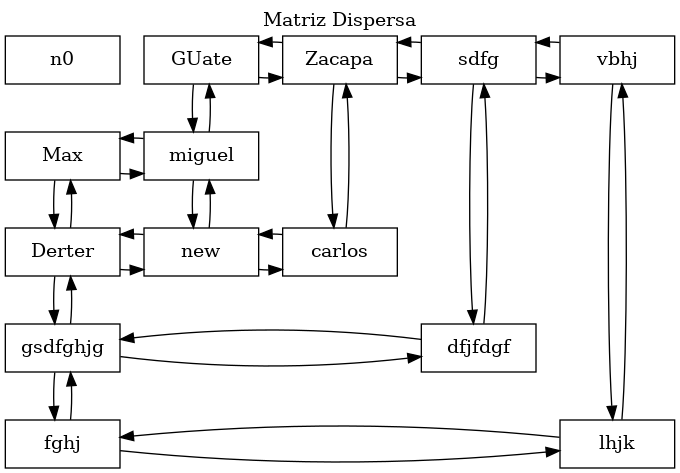
The Graphviz diagram src/Reportes/matriz.png in miguel-tubac/-EDD-Proyecto1_202101927, before a commit. Its source is kept beside it as src/Reportes/matriz.dot.
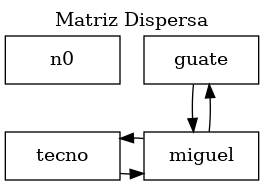
Later version of the same file.

The edit, as a diff of the source:
```diff
@@ -3,45 +3,14 @@
 	labelloc="t";
 	node [shape=box width=1.2 ];
 n0 -> n2 -> n0 [color=transparent];
-	n2 [label="GUate" group=0];
+	n2 [label="guate" group=0];
 	n2 -> n1 -> n2;
 	n1 [label = "miguel" group=0];
-	n1 -> n10 -> n1;
-	n10 [label = "new" group=3];
-	n2 -> n5 -> n2;
-	n5 [label="Zacapa" group=1];
-	n5 -> n4 -> n5;
-	n4 [label = "carlos" group=1];
-	n5 -> n8 -> n5;
-	n8 [label="sdfg" group=2];
-	n8 -> n7 -> n8;
-	n7 [label = "dfjfdgf" group=2];
-	n8 -> n12 -> n8;
-	n12 [label="vbhj" group=3];
-	n12 -> n11 -> n12;
-	n11 [label = "lhjk" group=3];
 	n0 -> n3 -> n0 [color=transparent];
-	n3 [label="Max" group=0];
+	n3 [label="tecno" group=0];
 	n3 -> n1 -> n3;
 	n1 [label="miguel" group=0];
-	n3 -> n6 -> n3;
-	n6 [label="Derter" group=0];
-	n6 -> n10 -> n6;
-	n10 [label="new" group=3];
-	n10 -> n4 -> n10;
-	n4 [label="carlos" group=1];
-	n6 -> n9 -> n6;
-	n9 [label="gsdfghjg" group=0];
-	n9 -> n7 -> n9;
-	n7 [label="dfjfdgf" group=2];
-	n9 -> n13 -> n9;
-	n13 [label="fghj" group=0];
-	n13 -> n11 -> n13;
-	n11 [label="lhjk" group=3];
-	{ rank=same; n0; n2; n5; n8; n12; }
+	{ rank=same; n0; n2; }
 	{ rank=same; n3; n1; }
-	{ rank=same; n6; n10; n4; }
-	{ rank=same; n9; n7; }
-	{ rank=same; n13; n11; }
 
 }
```
